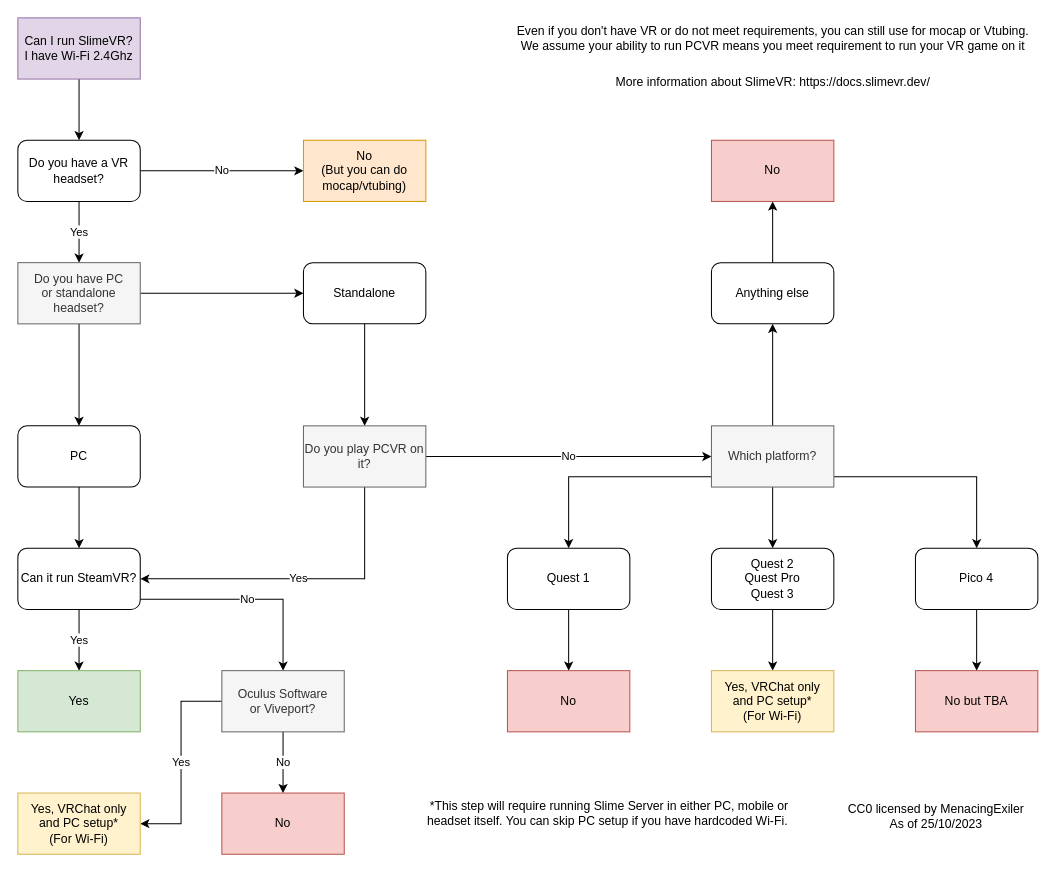
Above: SlimeGuide.drawio in MenacingExiler/CanIRunSlimeVR (draw.io), before the change. Source tidied: cells renumbered, new cells numbered last; positions are measured from the earlier drawing's top-left corner, leaving out a move shared by most shapes. Both pictures are drawn from the tidied source at 102%, with x=0, y=0 at pixel (17, 17).
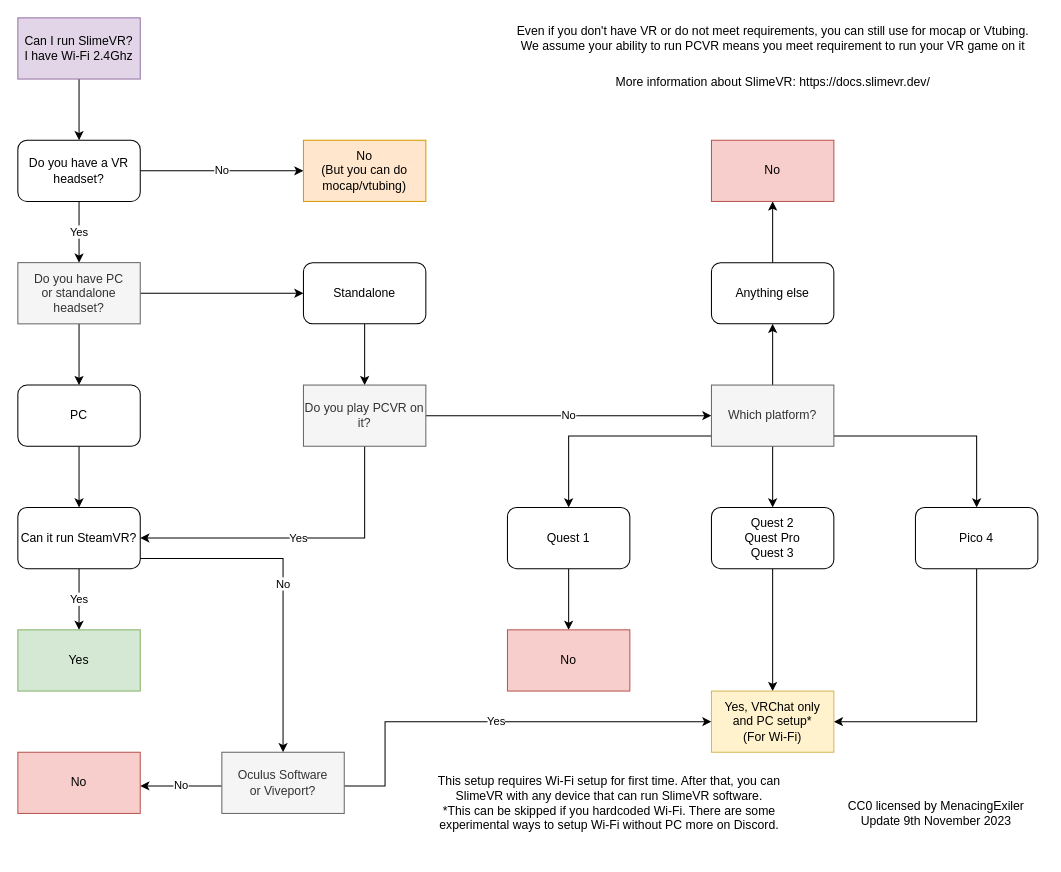
Above is the later version.

What changed in the source:
```diff
@@
     <mxCell id="9" style="edgeStyle=orthogonalEdgeStyle;rounded=0;jettySize=auto;html=1;" parent="1" edge="1" source="10">
       <mxGeometry relative="1" as="geometry">
-        <mxPoint x="60" y="520" as="targetPoint" />
+        <mxPoint x="60" y="480" as="targetPoint" />
       </mxGeometry>
     </mxCell>
     <mxCell id="10" value="PC" style="rounded=1;whiteSpace=wrap;html=1;" parent="1" vertex="1">
-      <mxGeometry y="400" width="120" height="60" as="geometry" />
+      <mxGeometry y="360" width="120" height="60" as="geometry" />
     </mxCell>
@@
     <mxCell id="16" value="No" style="edgeStyle=orthogonalEdgeStyle;rounded=0;jettySize=auto;html=1;entryX=0.5;entryY=0;entryDx=0;entryDy=0;" parent="1" edge="1" source="17" target="42">
       <mxGeometry relative="1" as="geometry">
         <Array as="points">
-          <mxPoint x="260" y="570" />
+          <mxPoint x="260" y="530" />
         </Array>
       </mxGeometry>
     </mxCell>
     <mxCell id="17" value="Can it run SteamVR?" style="rounded=1;whiteSpace=wrap;html=1;" parent="1" vertex="1">
-      <mxGeometry y="520" width="120" height="60" as="geometry" />
+      <mxGeometry y="480" width="120" height="60" as="geometry" />
     </mxCell>
     <mxCell id="18" value="Yes" style="rounded=0;whiteSpace=wrap;html=1;fillColor=#d5e8d4;strokeColor=#82b366;" parent="1" vertex="1">
-      <mxGeometry y="640" width="120" height="60" as="geometry" />
+      <mxGeometry y="600" width="120" height="60" as="geometry" />
     </mxCell>
     <mxCell id="19" value="No" style="rounded=0;whiteSpace=wrap;html=1;fillColor=#f8cecc;strokeColor=#b85450;" parent="1" vertex="1">
-      <mxGeometry x="200" y="760" width="120" height="60" as="geometry" />
+      <mxGeometry y="720" width="120" height="60" as="geometry" />
     </mxCell>
@@
     <mxCell id="22" value="Do you play PCVR on it?" style="rounded=0;whiteSpace=wrap;html=1;fillColor=#f5f5f5;fontColor=#333333;strokeColor=#666666;" parent="1" vertex="1">
-      <mxGeometry x="280" y="400" width="120" height="60" as="geometry" />
+      <mxGeometry x="280" y="360" width="120" height="60" as="geometry" />
     </mxCell>
@@
     <mxCell id="24" style="edgeStyle=orthogonalEdgeStyle;rounded=0;jettySize=auto;html=1;" parent="1" edge="1" source="27">
       <mxGeometry relative="1" as="geometry">
-        <mxPoint x="540" y="520" as="targetPoint" />
+        <mxPoint x="540" y="480" as="targetPoint" />
         <Array as="points">
-          <mxPoint x="540" y="450" />
+          <mxPoint x="540" y="410" />
         </Array>
       </mxGeometry>
     </mxCell>
     <mxCell id="25" style="edgeStyle=orthogonalEdgeStyle;rounded=0;jettySize=auto;html=1;" parent="1" edge="1" source="27" target="31">
       <mxGeometry relative="1" as="geometry">
         <Array as="points">
-          <mxPoint x="940" y="450" />
+          <mxPoint x="940" y="410" />
         </Array>
       </mxGeometry>
     </mxCell>
@@
     <mxCell id="27" value="Which platform?" style="rounded=0;whiteSpace=wrap;html=1;fillColor=#f5f5f5;fontColor=#333333;strokeColor=#666666;" parent="1" vertex="1">
-      <mxGeometry x="680" y="400" width="120" height="60" as="geometry" />
+      <mxGeometry x="680" y="360" width="120" height="60" as="geometry" />
     </mxCell>
     <mxCell id="28" style="edgeStyle=orthogonalEdgeStyle;rounded=0;orthogonalLoop=1;jettySize=auto;html=1;entryX=0.5;entryY=0;entryDx=0;entryDy=0;" parent="1" edge="1">
       <mxGeometry relative="1" as="geometry">
-        <mxPoint x="540" y="580" as="sourcePoint" />
-        <mxPoint x="540" y="640" as="targetPoint" />
+        <mxPoint x="540" y="540" as="sourcePoint" />
+        <mxPoint x="540" y="600" as="targetPoint" />
       </mxGeometry>
     </mxCell>
     <mxCell id="29" value="Quest 1" style="rounded=1;whiteSpace=wrap;html=1;" parent="1" vertex="1">
-      <mxGeometry x="480" y="520" width="120" height="60" as="geometry" />
+      <mxGeometry x="480" y="480" width="120" height="60" as="geometry" />
     </mxCell>
-    <mxCell id="30" style="edgeStyle=orthogonalEdgeStyle;rounded=0;jettySize=auto;html=1;" parent="1" edge="1" source="31" target="36">
-      <mxGeometry relative="1" as="geometry" />
-    </mxCell>
+    <mxCell id="48" style="edgeStyle=orthogonalEdgeStyle;rounded=0;jettySize=auto;html=1;entryX=1;entryY=0.5;entryDx=0;entryDy=0;" parent="1" edge="1" source="31" target="35">
+      <mxGeometry relative="1" as="geometry">
+        <Array as="points">
+          <mxPoint x="940" y="690" />
+        </Array>
+      </mxGeometry>
+    </mxCell>
     <mxCell id="31" value="Pico 4" style="rounded=1;whiteSpace=wrap;html=1;" parent="1" vertex="1">
-      <mxGeometry x="880" y="520" width="120" height="60" as="geometry" />
+      <mxGeometry x="880" y="480" width="120" height="60" as="geometry" />
     </mxCell>
@@
     <mxCell id="33" value="Quest 2&lt;br&gt;Quest Pro&lt;br&gt;Quest 3" style="rounded=1;whiteSpace=wrap;html=1;" parent="1" vertex="1">
-      <mxGeometry x="680" y="520" width="120" height="60" as="geometry" />
+      <mxGeometry x="680" y="480" width="120" height="60" as="geometry" />
     </mxCell>
     <mxCell id="34" value="No" style="rounded=0;whiteSpace=wrap;html=1;fillColor=#f8cecc;strokeColor=#b85450;" parent="1" vertex="1">
-      <mxGeometry x="480" y="640" width="120" height="60" as="geometry" />
+      <mxGeometry x="480" y="600" width="120" height="60" as="geometry" />
     </mxCell>
     <mxCell id="35" value="Yes, VRChat only&lt;br&gt;and PC setup*&lt;br&gt;(For Wi-Fi)" style="rounded=0;whiteSpace=wrap;html=1;fillColor=#fff2cc;strokeColor=#d6b656;" parent="1" vertex="1">
-      <mxGeometry x="680" y="640" width="120" height="60" as="geometry" />
+      <mxGeometry x="680" y="660" width="120" height="60" as="geometry" />
     </mxCell>
-    <mxCell id="36" value="No but TBA" style="rounded=0;whiteSpace=wrap;html=1;fillColor=#f8cecc;strokeColor=#b85450;" parent="1" vertex="1">
-      <mxGeometry x="880" y="640" width="120" height="60" as="geometry" />
-    </mxCell>
@@
-    <mxCell id="40" value="No" style="edgeStyle=orthogonalEdgeStyle;rounded=0;jettySize=auto;html=1;entryX=0.5;entryY=0;entryDx=0;entryDy=0;" parent="1" edge="1" source="42" target="19">
-      <mxGeometry relative="1" as="geometry" />
+    <mxCell id="40" value="No" style="edgeStyle=orthogonalEdgeStyle;rounded=0;jettySize=auto;html=1;" parent="1" edge="1" source="42">
+      <mxGeometry relative="1" as="geometry">
+        <mxPoint x="120" y="753" as="targetPoint" />
+        <Array as="points">
+          <mxPoint x="120" y="753" />
+        </Array>
+      </mxGeometry>
     </mxCell>
-    <mxCell id="41" value="Yes" style="edgeStyle=orthogonalEdgeStyle;rounded=0;jettySize=auto;html=1;entryX=1;entryY=0.5;entryDx=0;entryDy=0;" parent="1" edge="1" source="42" target="43">
+    <mxCell id="41" value="Yes" style="edgeStyle=orthogonalEdgeStyle;rounded=0;jettySize=auto;html=1;entryX=0;entryY=0.5;entryDx=0;entryDy=0;" parent="1" edge="1" source="42" target="35">
       <mxGeometry relative="1" as="geometry">
         <Array as="points">
-          <mxPoint x="160" y="670" />
-          <mxPoint x="160" y="790" />
+          <mxPoint x="360" y="753" />
+          <mxPoint x="360" y="690" />
         </Array>
       </mxGeometry>
     </mxCell>
     <mxCell id="42" value="Oculus Software&lt;br&gt;or Viveport?" style="rounded=0;whiteSpace=wrap;html=1;fillColor=#f5f5f5;fontColor=#333333;strokeColor=#666666;" parent="1" vertex="1">
-      <mxGeometry x="200" y="640" width="120" height="60" as="geometry" />
+      <mxGeometry x="200" y="720" width="120" height="60" as="geometry" />
     </mxCell>
-    <mxCell id="43" value="Yes, VRChat only&lt;br&gt;and PC setup*&lt;br&gt;(For Wi-Fi)" style="rounded=0;whiteSpace=wrap;html=1;fillColor=#fff2cc;strokeColor=#d6b656;" parent="1" vertex="1">
-      <mxGeometry y="760" width="120" height="60" as="geometry" />
-    </mxCell>
-    <mxCell id="44" value="CC0 licensed by MenacingExiler&lt;br&gt;As of 25/10/2023" style="text;html=1;align=center;verticalAlign=middle;strokeColor=none;fillColor=none;" parent="1" vertex="1">
-      <mxGeometry x="800" y="763" width="200" height="40" as="geometry" />
+    <mxCell id="44" value="CC0 licensed by MenacingExiler&lt;br&gt;Update 9th November 2023" style="text;html=1;align=center;verticalAlign=middle;strokeColor=none;fillColor=none;" parent="1" vertex="1">
+      <mxGeometry x="800" y="760" width="200" height="40" as="geometry" />
     </mxCell>
-    <mxCell id="45" value="*This step will require running Slime Server in either PC, mobile or headset itself. You can skip PC setup if you have hardcoded Wi-Fi.&amp;nbsp;" style="text;html=1;strokeColor=none;fillColor=none;align=center;verticalAlign=middle;whiteSpace=wrap;rounded=0;" parent="1" vertex="1">
-      <mxGeometry x="400" y="760" width="360" height="40" as="geometry" />
+    <mxCell id="45" value="This setup requires Wi-Fi setup for first time. After that, you can SlimeVR with any device that can run SlimeVR software.&lt;br&gt;*This can be skipped if you hardcoded Wi-Fi. There are some experimental ways to setup Wi-Fi without PC more on Discord." style="text;html=1;strokeColor=none;fillColor=none;align=center;verticalAlign=middle;whiteSpace=wrap;rounded=0;" parent="1" vertex="1">
+      <mxGeometry x="400" y="740" width="360" height="60" as="geometry" />
     </mxCell>
```
